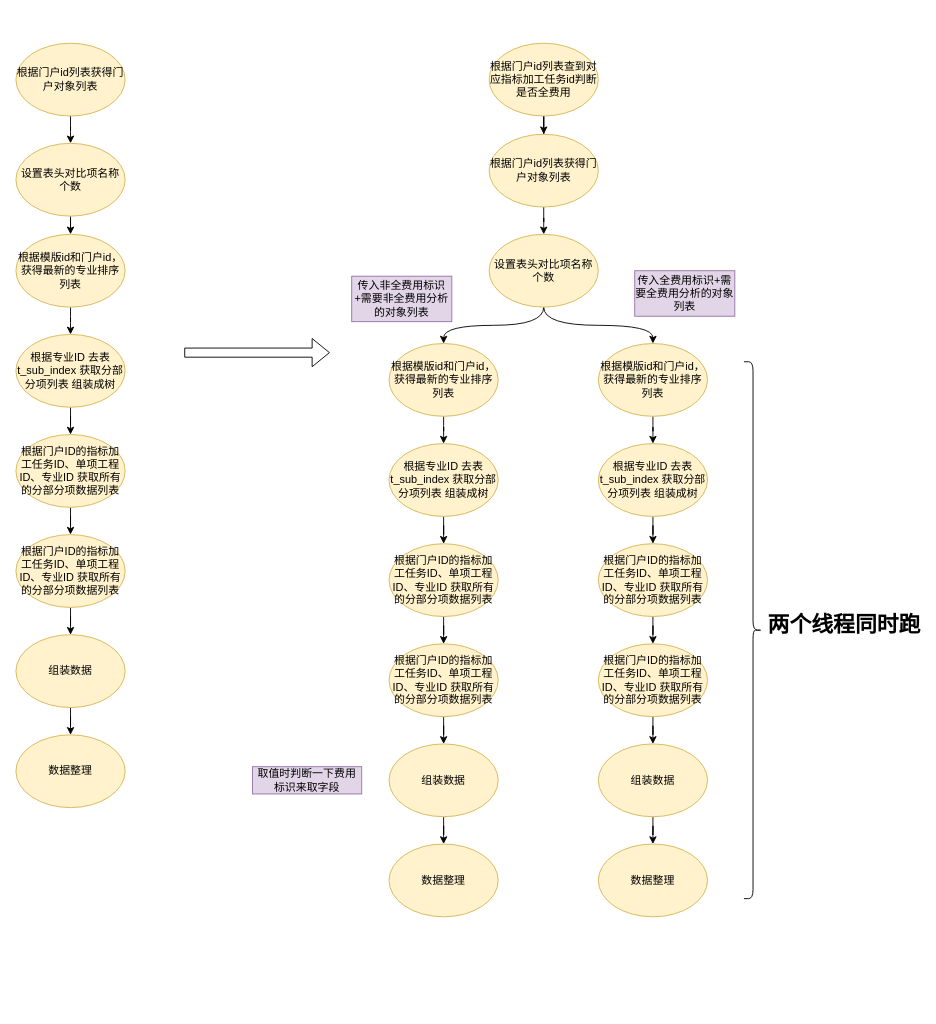
Above: 接口流程图.drawio in KeatonLi/pictures (draw.io), before the change. Source tidied: cells renumbered, new cells numbered last; positions are measured from the earlier drawing's top-left corner, leaving out a move shared by most shapes. Both pictures are drawn from the tidied source at 91%, with x=0, y=0 at pixel (15, 43).
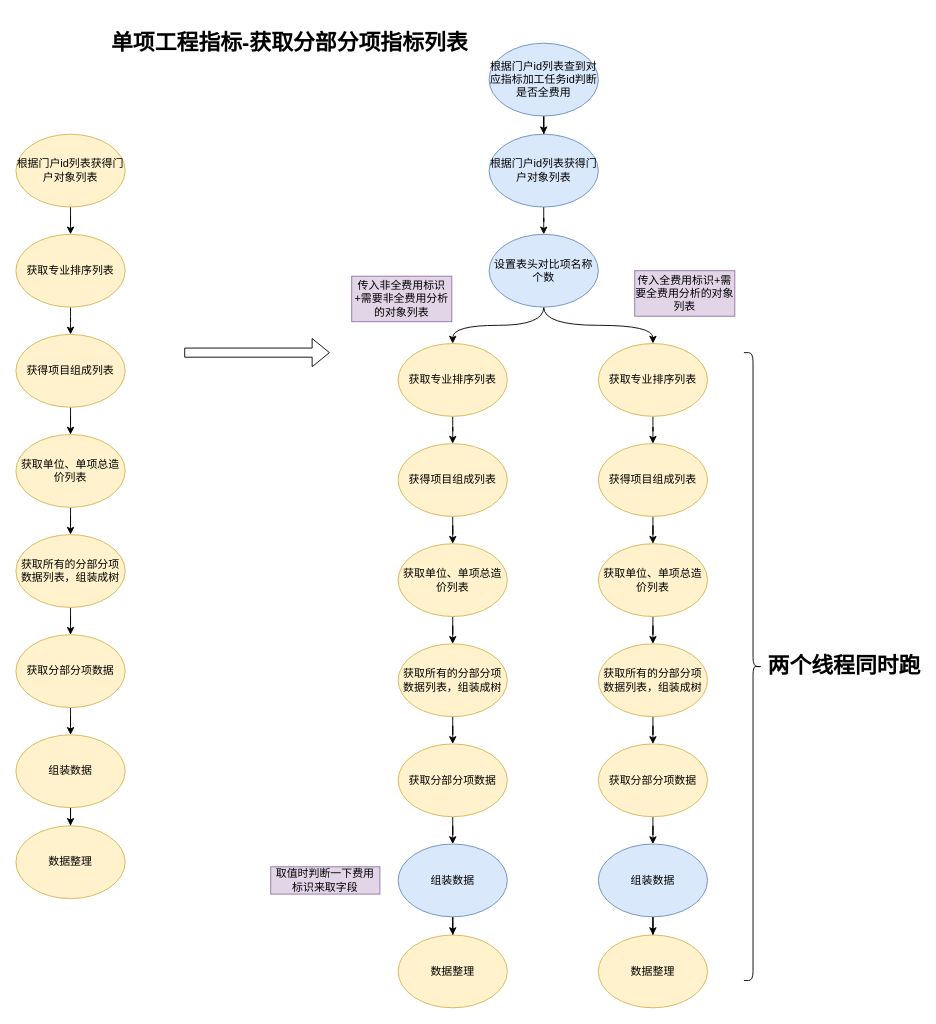
The same page after the edit.

Commit message:
更新接口流程图.drawio

Diff of the diagram source:
```diff
@@
-    <mxCell id="2" style="edgeStyle=orthogonalEdgeStyle;rounded=1;jettySize=auto;html=1;entryX=0.5;entryY=0;entryDx=0;entryDy=0;" parent="1" edge="1" source="3" target="5">
-      <mxGeometry relative="1" as="geometry" />
-    </mxCell>
+    <mxCell id="52" style="edgeStyle=orthogonalEdgeStyle;rounded=0;jettySize=auto;html=1;entryX=0.5;entryY=0;entryDx=0;entryDy=0;" parent="1" edge="1" source="3" target="7">
+      <mxGeometry relative="1" as="geometry" />
+    </mxCell>
     <mxCell id="3" value="根据门户id列表获得门户对象列表" style="ellipse;whiteSpace=wrap;html=1;rounded=1;fillColor=#fff2cc;strokeColor=#d6b656;" parent="1" vertex="1">
-      <mxGeometry width="120" height="80" as="geometry" />
+      <mxGeometry y="100" width="120" height="80" as="geometry" />
     </mxCell>
-    <mxCell id="4" style="edgeStyle=orthogonalEdgeStyle;rounded=1;jettySize=auto;html=1;entryX=0.5;entryY=0;entryDx=0;entryDy=0;" parent="1" edge="1" source="5" target="7">
-      <mxGeometry relative="1" as="geometry" />
-    </mxCell>
-    <mxCell id="5" value="设置表头对比项名称个数" style="ellipse;whiteSpace=wrap;html=1;rounded=1;fillColor=#fff2cc;strokeColor=#d6b656;" parent="1" vertex="1">
-      <mxGeometry y="110" width="120" height="80" as="geometry" />
-    </mxCell>
@@
-    <mxCell id="7" value="根据模版id和门户id，获得最新的专业排序列表" style="ellipse;whiteSpace=wrap;html=1;rounded=1;fillColor=#fff2cc;strokeColor=#d6b656;" parent="1" vertex="1">
+    <mxCell id="7" value="获取专业排序列表" style="ellipse;whiteSpace=wrap;html=1;rounded=1;fillColor=#fff2cc;strokeColor=#d6b656;" parent="1" vertex="1">
       <mxGeometry y="210" width="120" height="80" as="geometry" />
     </mxCell>
@@
-    <mxCell id="9" value="根据专业ID 去表 t_sub_index 获取分部分项列表 组装成树" style="ellipse;whiteSpace=wrap;html=1;rounded=1;fillColor=#fff2cc;strokeColor=#d6b656;" parent="1" vertex="1">
+    <mxCell id="9" value="获得项目组成列表" style="ellipse;whiteSpace=wrap;html=1;rounded=1;fillColor=#fff2cc;strokeColor=#d6b656;" parent="1" vertex="1">
       <mxGeometry y="320" width="120" height="80" as="geometry" />
     </mxCell>
@@
-    <mxCell id="11" value="根据门户ID的指标加工任务ID、单项工程ID、专业ID 获取所有的分部分项数据列表" style="ellipse;whiteSpace=wrap;html=1;rounded=1;fillColor=#fff2cc;strokeColor=#d6b656;" parent="1" vertex="1">
+    <mxCell id="11" value="获取单位、单项总造价列表" style="ellipse;whiteSpace=wrap;html=1;rounded=1;fillColor=#fff2cc;strokeColor=#d6b656;" parent="1" vertex="1">
       <mxGeometry y="430" width="120" height="80" as="geometry" />
     </mxCell>
-    <mxCell id="12" style="edgeStyle=orthogonalEdgeStyle;rounded=0;jettySize=auto;html=1;entryX=0.5;entryY=0;entryDx=0;entryDy=0;" parent="1" edge="1" source="13" target="15">
-      <mxGeometry relative="1" as="geometry" />
-    </mxCell>
+    <mxCell id="53" style="edgeStyle=orthogonalEdgeStyle;rounded=0;jettySize=auto;html=1;entryX=0.5;entryY=0;entryDx=0;entryDy=0;" parent="1" edge="1" source="13" target="56">
+      <mxGeometry relative="1" as="geometry" />
+    </mxCell>
-    <mxCell id="13" value="根据门户ID的指标加工任务ID、单项工程ID、专业ID 获取所有的分部分项数据列表" style="ellipse;whiteSpace=wrap;html=1;rounded=1;fillColor=#fff2cc;strokeColor=#d6b656;" parent="1" vertex="1">
+    <mxCell id="13" value="获取所有的分部分项数据列表，组装成树" style="ellipse;whiteSpace=wrap;html=1;rounded=1;fillColor=#fff2cc;strokeColor=#d6b656;" parent="1" vertex="1">
       <mxGeometry y="540" width="120" height="80" as="geometry" />
     </mxCell>
@@
     <mxCell id="15" value="组装数据" style="ellipse;whiteSpace=wrap;html=1;rounded=1;fillColor=#fff2cc;strokeColor=#d6b656;" parent="1" vertex="1">
-      <mxGeometry y="650" width="120" height="80" as="geometry" />
+      <mxGeometry y="760" width="120" height="80" as="geometry" />
     </mxCell>
     <mxCell id="16" value="数据整理" style="ellipse;whiteSpace=wrap;html=1;rounded=1;fillColor=#fff2cc;strokeColor=#d6b656;" parent="1" vertex="1">
-      <mxGeometry y="760" width="120" height="80" as="geometry" />
+      <mxGeometry y="860" width="120" height="80" as="geometry" />
     </mxCell>
@@
-    <mxCell id="19" value="根据门户id列表查到对应指标加工任务id判断是否全费用" style="ellipse;whiteSpace=wrap;html=1;rounded=1;fillColor=#fff2cc;strokeColor=#d6b656;" parent="1" vertex="1">
+    <mxCell id="19" value="根据门户id列表查到对应指标加工任务id判断是否全费用" style="ellipse;whiteSpace=wrap;html=1;rounded=1;fillColor=#dae8fc;strokeColor=#6c8ebf;" parent="1" vertex="1">
       <mxGeometry x="520" width="120" height="80" as="geometry" />
     </mxCell>
@@
-    <mxCell id="21" value="根据门户id列表获得门户对象列表" style="ellipse;whiteSpace=wrap;html=1;rounded=1;fillColor=#fff2cc;strokeColor=#d6b656;" parent="1" vertex="1">
+    <mxCell id="21" value="根据门户id列表获得门户对象列表" style="ellipse;whiteSpace=wrap;html=1;rounded=1;fillColor=#dae8fc;strokeColor=#6c8ebf;" parent="1" vertex="1">
       <mxGeometry x="520" y="100" width="120" height="80" as="geometry" />
     </mxCell>
-    <mxCell id="22" style="edgeStyle=orthogonalEdgeStyle;jettySize=auto;html=1;entryX=0.5;entryY=0;entryDx=0;entryDy=0;curved=1;" parent="1" edge="1" source="24" target="37">
+    <mxCell id="22" style="edgeStyle=orthogonalEdgeStyle;jettySize=auto;html=1;entryX=0.5;entryY=0;entryDx=0;entryDy=0;curved=1;" parent="1" edge="1" source="24" target="58">
       <mxGeometry relative="1" as="geometry" />
     </mxCell>
-    <mxCell id="23" style="edgeStyle=orthogonalEdgeStyle;jettySize=auto;html=1;entryX=0.5;entryY=0;entryDx=0;entryDy=0;curved=1;" parent="1" edge="1" source="24" target="26">
+    <mxCell id="23" style="edgeStyle=orthogonalEdgeStyle;jettySize=auto;html=1;entryX=0.5;entryY=0;entryDx=0;entryDy=0;curved=1;" parent="1" edge="1" source="24" target="71">
       <mxGeometry relative="1" as="geometry" />
     </mxCell>
-    <mxCell id="24" value="设置表头对比项名称个数" style="ellipse;whiteSpace=wrap;html=1;rounded=1;fillColor=#fff2cc;strokeColor=#d6b656;" parent="1" vertex="1">
+    <mxCell id="24" value="设置表头对比项名称个数" style="ellipse;whiteSpace=wrap;html=1;rounded=1;fillColor=#dae8fc;strokeColor=#6c8ebf;" parent="1" vertex="1">
       <mxGeometry x="520" y="210" width="120" height="80" as="geometry" />
     </mxCell>
-    <mxCell id="25" style="edgeStyle=orthogonalEdgeStyle;rounded=1;jettySize=auto;html=1;entryX=0.5;entryY=0;entryDx=0;entryDy=0;" parent="1" edge="1" source="26" target="28">
-      <mxGeometry relative="1" as="geometry" />
-    </mxCell>
-    <mxCell id="26" value="根据模版id和门户id，获得最新的专业排序列表" style="ellipse;whiteSpace=wrap;html=1;rounded=1;fillColor=#fff2cc;strokeColor=#d6b656;" parent="1" vertex="1">
-      <mxGeometry x="640" y="330" width="120" height="80" as="geometry" />
-    </mxCell>
-    <mxCell id="27" style="edgeStyle=orthogonalEdgeStyle;rounded=0;jettySize=auto;html=1;" parent="1" edge="1" source="28" target="30">
-      <mxGeometry relative="1" as="geometry" />
-    </mxCell>
-    <mxCell id="28" value="根据专业ID 去表 t_sub_index 获取分部分项列表 组装成树" style="ellipse;whiteSpace=wrap;html=1;rounded=1;fillColor=#fff2cc;strokeColor=#d6b656;" parent="1" vertex="1">
-      <mxGeometry x="640" y="440" width="120" height="80" as="geometry" />
-    </mxCell>
-    <mxCell id="29" style="edgeStyle=orthogonalEdgeStyle;rounded=0;jettySize=auto;html=1;entryX=0.5;entryY=0;entryDx=0;entryDy=0;" parent="1" edge="1" source="30" target="32">
-      <mxGeometry relative="1" as="geometry" />
-    </mxCell>
-    <mxCell id="30" value="根据门户ID的指标加工任务ID、单项工程ID、专业ID 获取所有的分部分项数据列表" style="ellipse;whiteSpace=wrap;html=1;rounded=1;fillColor=#fff2cc;strokeColor=#d6b656;" parent="1" vertex="1">
-      <mxGeometry x="640" y="550" width="120" height="80" as="geometry" />
-    </mxCell>
-    <mxCell id="31" style="edgeStyle=orthogonalEdgeStyle;rounded=0;jettySize=auto;html=1;entryX=0.5;entryY=0;entryDx=0;entryDy=0;" parent="1" edge="1" source="32" target="34">
-      <mxGeometry relative="1" as="geometry" />
-    </mxCell>
-    <mxCell id="32" value="根据门户ID的指标加工任务ID、单项工程ID、专业ID 获取所有的分部分项数据列表" style="ellipse;whiteSpace=wrap;html=1;rounded=1;fillColor=#fff2cc;strokeColor=#d6b656;" parent="1" vertex="1">
-      <mxGeometry x="640" y="660" width="120" height="80" as="geometry" />
-    </mxCell>
-    <mxCell id="33" style="edgeStyle=orthogonalEdgeStyle;rounded=0;jettySize=auto;html=1;entryX=0.5;entryY=0;entryDx=0;entryDy=0;" parent="1" edge="1" source="34" target="35">
-      <mxGeometry relative="1" as="geometry" />
-    </mxCell>
-    <mxCell id="34" value="组装数据" style="ellipse;whiteSpace=wrap;html=1;rounded=1;fillColor=#fff2cc;strokeColor=#d6b656;" parent="1" vertex="1">
-      <mxGeometry x="640" y="770" width="120" height="80" as="geometry" />
-    </mxCell>
-    <mxCell id="35" value="数据整理" style="ellipse;whiteSpace=wrap;html=1;rounded=1;fillColor=#fff2cc;strokeColor=#d6b656;" parent="1" vertex="1">
-      <mxGeometry x="640" y="880" width="120" height="80" as="geometry" />
-    </mxCell>
-    <mxCell id="36" style="edgeStyle=orthogonalEdgeStyle;rounded=1;jettySize=auto;html=1;entryX=0.5;entryY=0;entryDx=0;entryDy=0;" parent="1" edge="1" source="37" target="39">
-      <mxGeometry relative="1" as="geometry" />
-    </mxCell>
-    <mxCell id="37" value="根据模版id和门户id，获得最新的专业排序列表" style="ellipse;whiteSpace=wrap;html=1;rounded=1;fillColor=#fff2cc;strokeColor=#d6b656;" parent="1" vertex="1">
-      <mxGeometry x="410" y="330" width="120" height="80" as="geometry" />
-    </mxCell>
-    <mxCell id="38" style="edgeStyle=orthogonalEdgeStyle;rounded=0;jettySize=auto;html=1;" parent="1" edge="1" source="39" target="41">
-      <mxGeometry relative="1" as="geometry" />
-    </mxCell>
-    <mxCell id="39" value="根据专业ID 去表 t_sub_index 获取分部分项列表 组装成树" style="ellipse;whiteSpace=wrap;html=1;rounded=1;fillColor=#fff2cc;strokeColor=#d6b656;" parent="1" vertex="1">
-      <mxGeometry x="410" y="440" width="120" height="80" as="geometry" />
-    </mxCell>
-    <mxCell id="40" style="edgeStyle=orthogonalEdgeStyle;rounded=0;jettySize=auto;html=1;entryX=0.5;entryY=0;entryDx=0;entryDy=0;" parent="1" edge="1" source="41" target="43">
-      <mxGeometry relative="1" as="geometry" />
-    </mxCell>
-    <mxCell id="41" value="根据门户ID的指标加工任务ID、单项工程ID、专业ID 获取所有的分部分项数据列表" style="ellipse;whiteSpace=wrap;html=1;rounded=1;fillColor=#fff2cc;strokeColor=#d6b656;" parent="1" vertex="1">
-      <mxGeometry x="410" y="550" width="120" height="80" as="geometry" />
-    </mxCell>
-    <mxCell id="42" style="edgeStyle=orthogonalEdgeStyle;rounded=0;jettySize=auto;html=1;entryX=0.5;entryY=0;entryDx=0;entryDy=0;" parent="1" edge="1" source="43" target="45">
-      <mxGeometry relative="1" as="geometry" />
-    </mxCell>
-    <mxCell id="43" value="根据门户ID的指标加工任务ID、单项工程ID、专业ID 获取所有的分部分项数据列表" style="ellipse;whiteSpace=wrap;html=1;rounded=1;fillColor=#fff2cc;strokeColor=#d6b656;" parent="1" vertex="1">
-      <mxGeometry x="410" y="660" width="120" height="80" as="geometry" />
-    </mxCell>
-    <mxCell id="44" style="edgeStyle=orthogonalEdgeStyle;rounded=0;jettySize=auto;html=1;entryX=0.5;entryY=0;entryDx=0;entryDy=0;" parent="1" edge="1" source="45" target="46">
-      <mxGeometry relative="1" as="geometry" />
-    </mxCell>
-    <mxCell id="45" value="组装数据" style="ellipse;whiteSpace=wrap;html=1;rounded=1;fillColor=#fff2cc;strokeColor=#d6b656;" parent="1" vertex="1">
-      <mxGeometry x="410" y="770" width="120" height="80" as="geometry" />
-    </mxCell>
-    <mxCell id="46" value="数据整理" style="ellipse;whiteSpace=wrap;html=1;rounded=1;fillColor=#fff2cc;strokeColor=#d6b656;" parent="1" vertex="1">
-      <mxGeometry x="410" y="880" width="120" height="80" as="geometry" />
-    </mxCell>
     <mxCell id="47" style="shape=curlyBracket;whiteSpace=wrap;html=1;rounded=1;flipH=1;labelPosition=right;verticalLabelPosition=middle;align=left;verticalAlign=middle;" parent="1" vertex="1">
-      <mxGeometry x="800" y="350" width="20" height="590" as="geometry" />
+      <mxGeometry x="800" y="340" width="20" height="690" as="geometry" />
     </mxCell>
     <mxCell id="48" value="两个线程同时跑" style="text;strokeColor=none;fillColor=none;html=1;fontSize=24;fontStyle=1;verticalAlign=middle;align=center;" parent="1" vertex="1">
-      <mxGeometry x="860" y="620" width="100" height="40" as="geometry" />
+      <mxGeometry x="860" y="665" width="100" height="40" as="geometry" />
     </mxCell>
@@
     <mxCell id="51" value="取值时判断一下费用标识来取字段" style="rounded=0;whiteSpace=wrap;html=1;fillColor=#e1d5e7;strokeColor=#9673a6;" parent="1" vertex="1">
-      <mxGeometry x="260" y="795" width="120" height="30" as="geometry" />
+      <mxGeometry x="280" y="905" width="120" height="30" as="geometry" />
     </mxCell>
+    <mxCell id="54" value="&lt;h1&gt;单项工程指标-获取分部分项指标列表&lt;/h1&gt;" style="text;html=1;strokeColor=none;fillColor=none;spacing=5;spacingTop=-20;whiteSpace=wrap;overflow=hidden;rounded=0;" parent="1" vertex="1">
+      <mxGeometry x="100" y="-20" width="420" height="110" as="geometry" />
+    </mxCell>
+    <mxCell id="55" style="edgeStyle=orthogonalEdgeStyle;rounded=0;jettySize=auto;html=1;entryX=0.5;entryY=0;entryDx=0;entryDy=0;" parent="1" edge="1" source="56" target="15">
+      <mxGeometry relative="1" as="geometry" />
+    </mxCell>
+    <mxCell id="56" value="获取分部分项数据" style="ellipse;whiteSpace=wrap;html=1;rounded=1;fillColor=#fff2cc;strokeColor=#d6b656;" parent="1" vertex="1">
+      <mxGeometry y="650" width="120" height="80" as="geometry" />
+    </mxCell>
+    <mxCell id="57" style="edgeStyle=orthogonalEdgeStyle;rounded=1;jettySize=auto;html=1;entryX=0.5;entryY=0;entryDx=0;entryDy=0;" parent="1" edge="1" source="58" target="60">
+      <mxGeometry relative="1" as="geometry" />
+    </mxCell>
+    <mxCell id="58" value="获取专业排序列表" style="ellipse;whiteSpace=wrap;html=1;rounded=1;fillColor=#fff2cc;strokeColor=#d6b656;" parent="1" vertex="1">
+      <mxGeometry x="420" y="330" width="120" height="80" as="geometry" />
+    </mxCell>
+    <mxCell id="59" style="edgeStyle=orthogonalEdgeStyle;rounded=0;jettySize=auto;html=1;" parent="1" edge="1" source="60" target="62">
+      <mxGeometry relative="1" as="geometry" />
+    </mxCell>
+    <mxCell id="60" value="获得项目组成列表" style="ellipse;whiteSpace=wrap;html=1;rounded=1;fillColor=#fff2cc;strokeColor=#d6b656;" parent="1" vertex="1">
+      <mxGeometry x="420" y="440" width="120" height="80" as="geometry" />
+    </mxCell>
+    <mxCell id="61" style="edgeStyle=orthogonalEdgeStyle;rounded=0;jettySize=auto;html=1;entryX=0.5;entryY=0;entryDx=0;entryDy=0;" parent="1" edge="1" source="62" target="64">
+      <mxGeometry relative="1" as="geometry" />
+    </mxCell>
+    <mxCell id="62" value="获取单位、单项总造价列表" style="ellipse;whiteSpace=wrap;html=1;rounded=1;fillColor=#fff2cc;strokeColor=#d6b656;" parent="1" vertex="1">
+      <mxGeometry x="420" y="550" width="120" height="80" as="geometry" />
+    </mxCell>
+    <mxCell id="63" style="edgeStyle=orthogonalEdgeStyle;rounded=0;jettySize=auto;html=1;entryX=0.5;entryY=0;entryDx=0;entryDy=0;" parent="1" edge="1" source="64" target="69">
+      <mxGeometry relative="1" as="geometry" />
+    </mxCell>
+    <mxCell id="64" value="获取所有的分部分项数据列表，组装成树" style="ellipse;whiteSpace=wrap;html=1;rounded=1;fillColor=#fff2cc;strokeColor=#d6b656;" parent="1" vertex="1">
+      <mxGeometry x="420" y="660" width="120" height="80" as="geometry" />
+    </mxCell>
+    <mxCell id="65" style="edgeStyle=orthogonalEdgeStyle;rounded=0;jettySize=auto;html=1;entryX=0.5;entryY=0;entryDx=0;entryDy=0;" parent="1" edge="1" source="66" target="67">
+      <mxGeometry relative="1" as="geometry" />
+    </mxCell>
+    <mxCell id="66" value="组装数据" style="ellipse;whiteSpace=wrap;html=1;rounded=1;fillColor=#dae8fc;strokeColor=#6c8ebf;" parent="1" vertex="1">
+      <mxGeometry x="420" y="880" width="120" height="80" as="geometry" />
+    </mxCell>
+    <mxCell id="67" value="数据整理" style="ellipse;whiteSpace=wrap;html=1;rounded=1;fillColor=#fff2cc;strokeColor=#d6b656;" parent="1" vertex="1">
+      <mxGeometry x="420" y="980" width="120" height="80" as="geometry" />
+    </mxCell>
+    <mxCell id="68" style="edgeStyle=orthogonalEdgeStyle;rounded=0;jettySize=auto;html=1;entryX=0.5;entryY=0;entryDx=0;entryDy=0;" parent="1" edge="1" source="69" target="66">
+      <mxGeometry relative="1" as="geometry" />
+    </mxCell>
+    <mxCell id="69" value="获取分部分项数据" style="ellipse;whiteSpace=wrap;html=1;rounded=1;fillColor=#fff2cc;strokeColor=#d6b656;" parent="1" vertex="1">
+      <mxGeometry x="420" y="770" width="120" height="80" as="geometry" />
+    </mxCell>
+    <mxCell id="70" style="edgeStyle=orthogonalEdgeStyle;rounded=1;jettySize=auto;html=1;entryX=0.5;entryY=0;entryDx=0;entryDy=0;" parent="1" edge="1" source="71" target="73">
+      <mxGeometry relative="1" as="geometry" />
+    </mxCell>
+    <mxCell id="71" value="获取专业排序列表" style="ellipse;whiteSpace=wrap;html=1;rounded=1;fillColor=#fff2cc;strokeColor=#d6b656;" parent="1" vertex="1">
+      <mxGeometry x="640" y="330" width="120" height="80" as="geometry" />
+    </mxCell>
+    <mxCell id="72" style="edgeStyle=orthogonalEdgeStyle;rounded=0;jettySize=auto;html=1;" parent="1" edge="1" source="73" target="75">
+      <mxGeometry relative="1" as="geometry" />
+    </mxCell>
+    <mxCell id="73" value="获得项目组成列表" style="ellipse;whiteSpace=wrap;html=1;rounded=1;fillColor=#fff2cc;strokeColor=#d6b656;" parent="1" vertex="1">
+      <mxGeometry x="640" y="440" width="120" height="80" as="geometry" />
+    </mxCell>
+    <mxCell id="74" style="edgeStyle=orthogonalEdgeStyle;rounded=0;jettySize=auto;html=1;entryX=0.5;entryY=0;entryDx=0;entryDy=0;" parent="1" edge="1" source="75" target="77">
+      <mxGeometry relative="1" as="geometry" />
+    </mxCell>
+    <mxCell id="75" value="获取单位、单项总造价列表" style="ellipse;whiteSpace=wrap;html=1;rounded=1;fillColor=#fff2cc;strokeColor=#d6b656;" parent="1" vertex="1">
+      <mxGeometry x="640" y="550" width="120" height="80" as="geometry" />
+    </mxCell>
+    <mxCell id="76" style="edgeStyle=orthogonalEdgeStyle;rounded=0;jettySize=auto;html=1;entryX=0.5;entryY=0;entryDx=0;entryDy=0;" parent="1" edge="1" source="77" target="82">
+      <mxGeometry relative="1" as="geometry" />
+    </mxCell>
+    <mxCell id="77" value="获取所有的分部分项数据列表，组装成树" style="ellipse;whiteSpace=wrap;html=1;rounded=1;fillColor=#fff2cc;strokeColor=#d6b656;" parent="1" vertex="1">
+      <mxGeometry x="640" y="660" width="120" height="80" as="geometry" />
+    </mxCell>
+    <mxCell id="78" style="edgeStyle=orthogonalEdgeStyle;rounded=0;jettySize=auto;html=1;entryX=0.5;entryY=0;entryDx=0;entryDy=0;" parent="1" edge="1" source="79" target="80">
+      <mxGeometry relative="1" as="geometry" />
+    </mxCell>
+    <mxCell id="79" value="组装数据" style="ellipse;whiteSpace=wrap;html=1;rounded=1;fillColor=#dae8fc;strokeColor=#6c8ebf;" parent="1" vertex="1">
+      <mxGeometry x="640" y="880" width="120" height="80" as="geometry" />
+    </mxCell>
+    <mxCell id="80" value="数据整理" style="ellipse;whiteSpace=wrap;html=1;rounded=1;fillColor=#fff2cc;strokeColor=#d6b656;" parent="1" vertex="1">
+      <mxGeometry x="640" y="980" width="120" height="80" as="geometry" />
+    </mxCell>
+    <mxCell id="81" style="edgeStyle=orthogonalEdgeStyle;rounded=0;jettySize=auto;html=1;entryX=0.5;entryY=0;entryDx=0;entryDy=0;" parent="1" edge="1" source="82" target="79">
+      <mxGeometry relative="1" as="geometry" />
+    </mxCell>
+    <mxCell id="82" value="获取分部分项数据" style="ellipse;whiteSpace=wrap;html=1;rounded=1;fillColor=#fff2cc;strokeColor=#d6b656;" parent="1" vertex="1">
+      <mxGeometry x="640" y="770" width="120" height="80" as="geometry" />
+    </mxCell>
```
